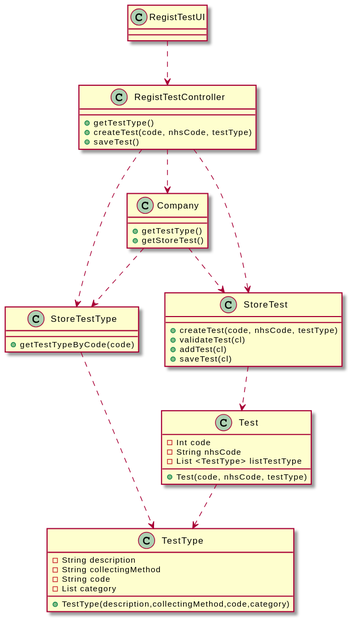
Before: docs/SprintC/US4_RegisterTest/US004_CD.svg, a diagram exported from PlantUML (Pedromaia26/LAPR2-ISEP). Source of this version:
```plantuml
@startuml
RegistTestUI ..> RegistTestController
RegistTestController ..>Company
RegistTestController ..>StoreTestType
RegistTestController ..>StoreTest


RegistTestController : +getTestType()
RegistTestController : +createTest(code, nhsCode, testType)
RegistTestController : +saveTest()

Company ..> StoreTest
Company ..> StoreTestType

Company : +getTestType()
Company : +getStoreTest()


StoreTestType : +getTestTypeByCode(code)

StoreTest : +createTest(code, nhsCode, testType)
StoreTest : +validateTest(cl)
StoreTest : +addTest(cl)
StoreTest : +saveTest(cl)

StoreTest ..> Test

Test : -Int code
Test : -String nhsCode
Test : -List <TestType> listTestType
Test : +Test(code, nhsCode, testType)

StoreTestType ..> TestType
Test ..> TestType

TestType : -String description
TestType : -String collectingMethod
TestType : -String code
TestType : -List category
TestType : +TestType(description,collectingMethod,code,category)
@enduml
```
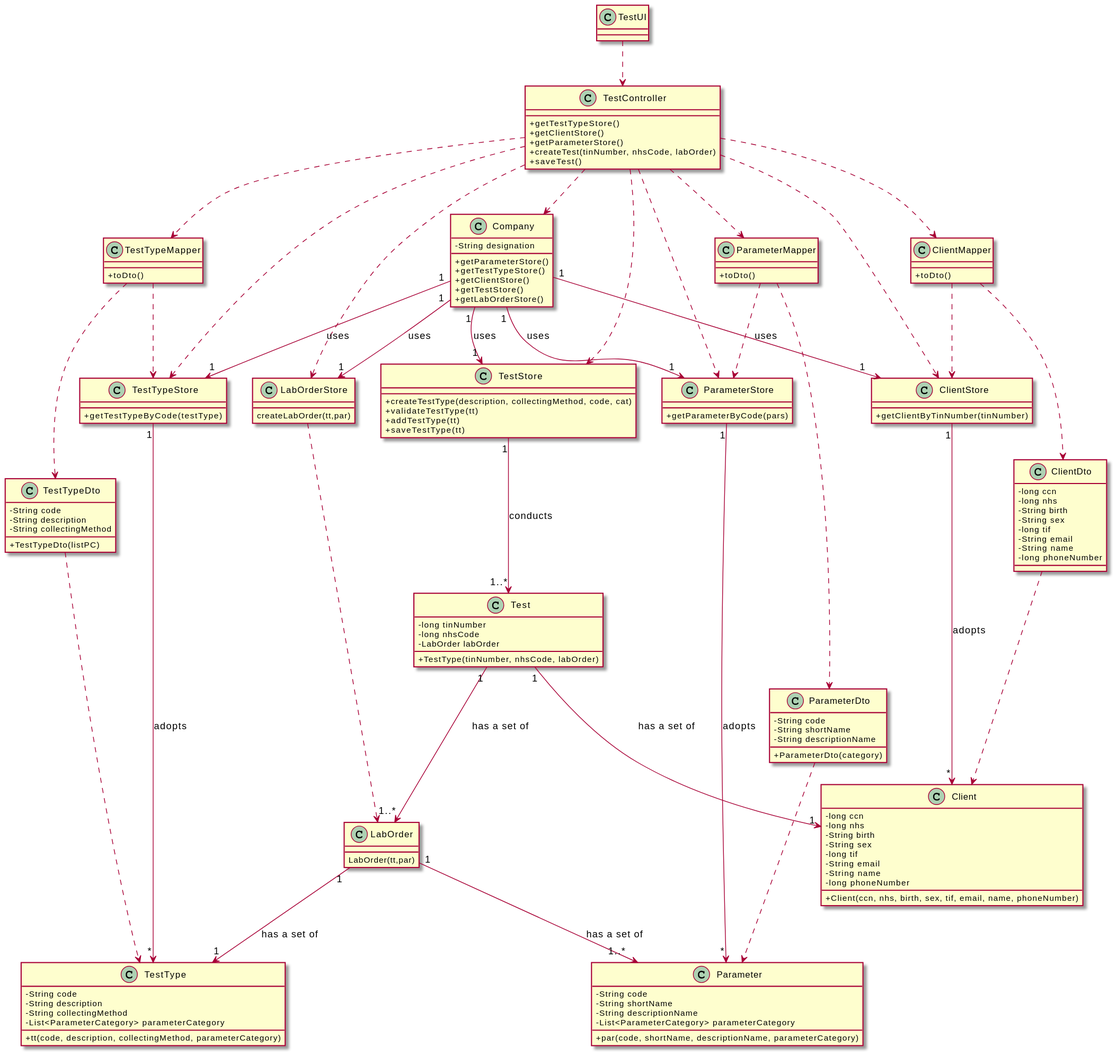
Later version of the same file.

What changed in the source:
```diff
@@ -1,41 +1,172 @@
 @startuml
-RegistTestUI ..> RegistTestController
-RegistTestController ..>Company
-RegistTestController ..>StoreTestType
-RegistTestController ..>StoreTest
+skinparam classAttributeIconSize 0
 
 
-RegistTestController : +getTestType()
-RegistTestController : +createTest(code, nhsCode, testType)
-RegistTestController : +saveTest()
-
-Company ..> StoreTest
-Company ..> StoreTestType
-
-Company : +getTestType()
-Company : +getStoreTest()
 
 
-StoreTestType : +getTestTypeByCode(code)
 
-StoreTest : +createTest(code, nhsCode, testType)
-StoreTest : +validateTest(cl)
-StoreTest : +addTest(cl)
-StoreTest : +saveTest(cl)
+class Test {
+  -long tinNumber
+  -long nhsCode
+  -LabOrder labOrder
+  +TestType(tinNumber, nhsCode, labOrder)
+}
 
-StoreTest ..> Test
+class TestTypeStore{
+ +getTestTypeByCode(testType)
+}
 
-Test : -Int code
-Test : -String nhsCode
-Test : -List <TestType> listTestType
-Test : +Test(code, nhsCode, testType)
+class ClientStore{
+ +getClientByTinNumber(tinNumber)
+}
 
-StoreTestType ..> TestType
-Test ..> TestType
+class ParameterStore{
+ +getParameterByCode(pars)
+}
 
-TestType : -String description
-TestType : -String collectingMethod
-TestType : -String code
-TestType : -List category
-TestType : +TestType(description,collectingMethod,code,category)
+class LabOrderStore{
+  createLabOrder(tt,par)
+}
+
+class LabOrder{
+  LabOrder(tt,par)
+}
+
+
+class TestStore{
+   +createTestType(description, collectingMethod, code, cat)
+   +validateTestType(tt)
+   +addTestType(tt)
+   +saveTestType(tt)
+   }
+
+class TestType {
+  -String code
+  -String description
+  -String collectingMethod
+  -List<ParameterCategory> parameterCategory
+  +tt(code, description, collectingMethod, parameterCategory)
+}
+
+class Client {
+  -long ccn
+  -long nhs
+  -String birth
+  -String sex
+  -long tif
+  -String email
+  -String name
+  -long phoneNumber
+  +Client(ccn, nhs, birth, sex, tif, email, name, phoneNumber)
+}
+
+
+class Parameter {
+  -String code
+  -String shortName
+  -String descriptionName
+  -List<ParameterCategory> parameterCategory
+  +par(code, shortName, descriptionName, parameterCategory)
+}
+
+
+
+class Company {
+  -String designation
+  +getParameterStore()
+  +getTestTypeStore()
+  +getClientStore()
+  +getTestStore()
+  +getLabOrderStore()
+}
+
+
+class TestController {
+    +getTestTypeStore()
+    +getClientStore()
+    +getParameterStore()
+    +createTest(tinNumber, nhsCode, labOrder)
+    +saveTest()
+}
+
+
+class TestUI {
+
+}
+
+class TestTypeMapper{
++toDto()
+}
+
+class ClientMapper{
++toDto()
+}
+
+class ParameterMapper{
++toDto()
+}
+
+
+class TestTypeDto{
+-String code
+-String description
+-String collectingMethod
++TestTypeDto(listPC)
+}
+
+class ClientDto{
+-long ccn
+-long nhs
+-String birth
+-String sex
+-long tif
+-String email
+-String name
+-long phoneNumber
+}
+
+
+class ParameterDto{
+-String code
+-String shortName
+-String descriptionName
++ParameterDto(category)
+}
+
+TestUI ..> TestController
+TestController ..> TestStore
+TestController ..> Company
+TestController ..> TestTypeStore
+TestController ..> TestTypeMapper
+TestController ..> ClientStore
+TestController ..> ClientMapper
+TestController ..> ParameterStore
+TestController ..> ParameterMapper
+TestController ..> LabOrderStore
+LabOrderStore ..> LabOrder
+Company "1" --> "1" TestStore: uses
+Company "1" --> "1" TestTypeStore: uses
+Company "1" --> "1" ClientStore: uses
+Company "1" --> "1" ParameterStore: uses
+Company "1" --> "1" LabOrderStore: uses
+TestStore "1" --> "1..*" Test: conducts
+LabOrder "1" --> "1" TestType: has a set of
+Test "1" --> "1" Client: has a set of
+Test "1" --> "1..*" LabOrder: has a set of
+LabOrder "1" --> "1..*" Parameter: has a set of
+TestTypeStore "1" -> "*" TestType: adopts
+ClientStore "1" -> "*" Client: adopts
+ParameterStore "1" -> "*" Parameter: adopts
+
+TestTypeMapper ..> TestTypeStore
+TestTypeMapper ..> TestTypeDto
+TestTypeDto ..> TestType
+
+ClientMapper ..> ClientStore
+ClientMapper ..> ClientDto
+ClientDto ..> Client
+
+ParameterMapper ..> ParameterDto
+ParameterDto ..> Parameter
+ParameterMapper ..> ParameterStore
 @enduml
```
